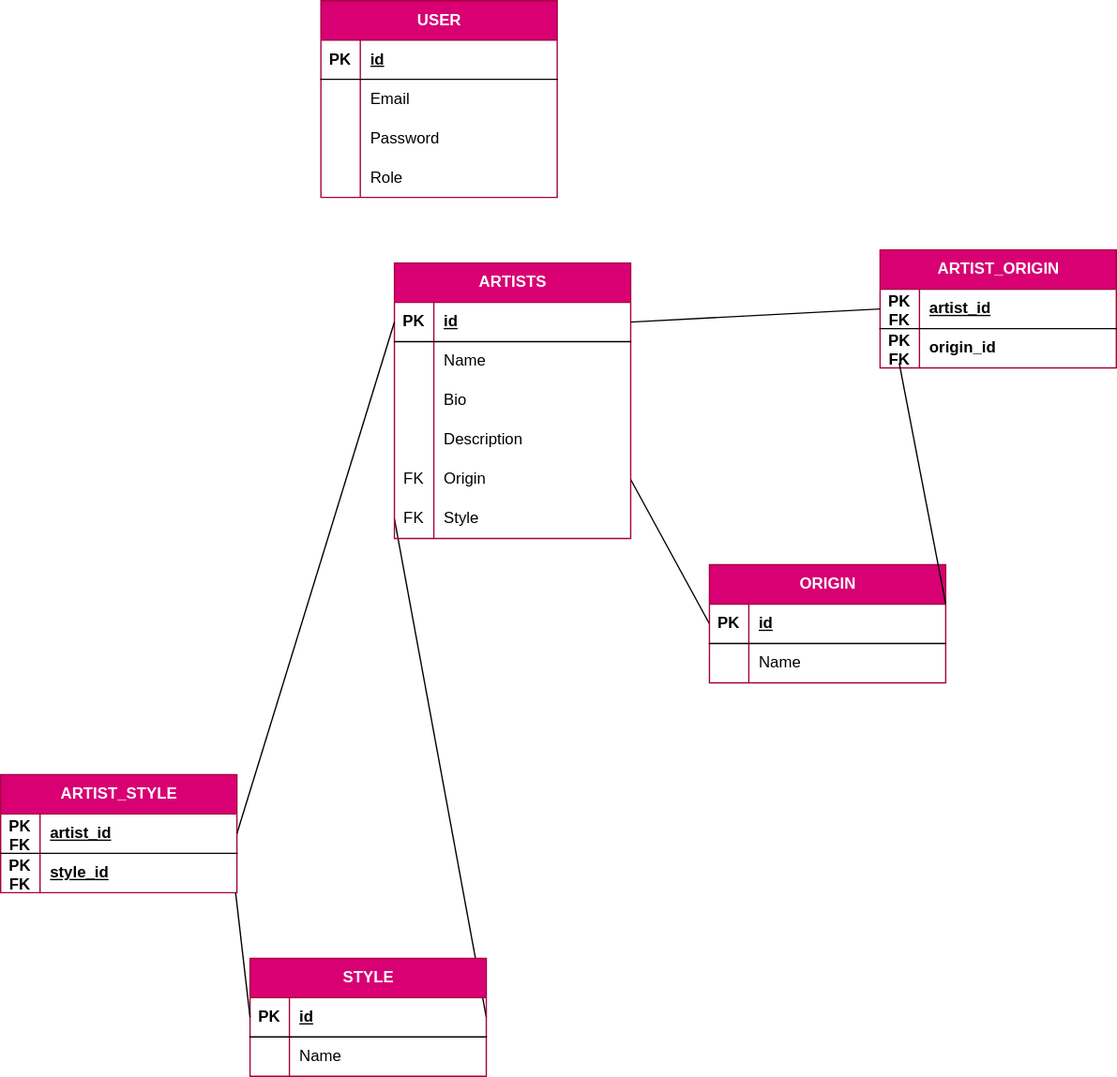
Before: code/merise /MLD.drawio.svg, a diagram exported from draw.io (Domitch/souk-sonore-festival). Source tidied: cells renumbered, new cells last; positions are measured from the earlier drawing's top-left corner, leaving out a move shared by most shapes.
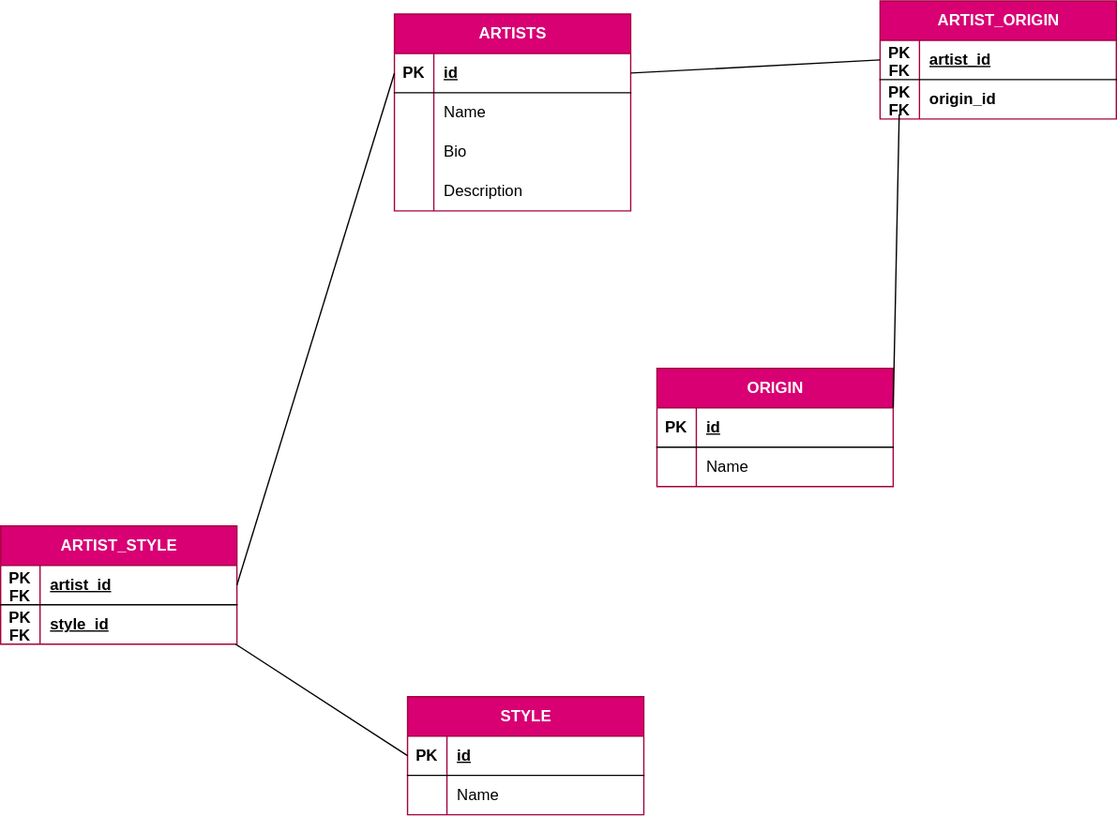
Later version of the same file.

Diff of the diagram source:
```diff
@@ -2,53 +2,8 @@
   <root>
     <mxCell id="0" />
     <mxCell id="1" parent="0" />
-    <mxCell id="2" style="endArrow=none;html=1;rounded=0;entryX=0;entryY=0.5;entryDx=0;entryDy=0;exitX=1;exitY=0.5;exitDx=0;exitDy=0;" parent="1" edge="1" source="37" target="33">
-      <mxGeometry relative="1" as="geometry" />
-    </mxCell>
-    <mxCell id="3" style="endArrow=none;html=1;rounded=0;exitX=0;exitY=0.5;exitDx=0;exitDy=0;entryX=1;entryY=0.5;entryDx=0;entryDy=0;" parent="1" edge="1" source="44" target="30">
-      <mxGeometry relative="1" as="geometry" />
-    </mxCell>
-    <mxCell id="4" value="USER" style="shape=table;startSize=30;rowLines=0;fontStyle=1;align=center;html=1;fillColor=#d80073;strokeColor=#A50040;fontColor=#ffffff;" parent="1" vertex="1">
-      <mxGeometry x="244" width="180" height="150" as="geometry" />
-    </mxCell>
-    <mxCell id="5" style="shape=tableRow;horizontal=0;startSize=0;swimlaneHead=0;swimlaneBody=0;fillColor=none;top=0;left=0;right=0;bottom=1;" parent="4" vertex="1">
-      <mxGeometry y="30" width="180" height="30" as="geometry" />
-    </mxCell>
-    <mxCell id="6" value="PK" style="shape=partialRectangle;fillColor=none;top=0;left=0;bottom=0;right=0;fontStyle=1;overflow=hidden;whiteSpace=wrap;html=1;" parent="5" vertex="1">
-      <mxGeometry width="30" height="30" as="geometry" />
-    </mxCell>
-    <mxCell id="7" value="id" style="shape=partialRectangle;fillColor=none;top=0;left=0;bottom=0;right=0;align=left;spacingLeft=6;fontStyle=5;overflow=hidden;whiteSpace=wrap;html=1;" parent="5" vertex="1">
-      <mxGeometry x="30" width="150" height="30" as="geometry" />
-    </mxCell>
-    <mxCell id="8" style="shape=tableRow;horizontal=0;startSize=0;swimlaneHead=0;swimlaneBody=0;fillColor=none;top=0;left=0;right=0;bottom=0;" parent="4" vertex="1">
-      <mxGeometry y="60" width="180" height="30" as="geometry" />
-    </mxCell>
-    <mxCell id="9" style="shape=partialRectangle;fillColor=none;top=0;left=0;bottom=0;right=0;overflow=hidden;whiteSpace=wrap;html=1;" parent="8" vertex="1">
-      <mxGeometry width="30" height="30" as="geometry" />
-    </mxCell>
-    <mxCell id="10" value="Email" style="shape=partialRectangle;fillColor=none;top=0;left=0;bottom=0;right=0;align=left;spacingLeft=6;overflow=hidden;whiteSpace=wrap;html=1;" parent="8" vertex="1">
-      <mxGeometry x="30" width="150" height="30" as="geometry" />
-    </mxCell>
-    <mxCell id="11" style="shape=tableRow;horizontal=0;startSize=0;swimlaneHead=0;swimlaneBody=0;fillColor=none;top=0;left=0;right=0;bottom=0;" parent="4" vertex="1">
-      <mxGeometry y="90" width="180" height="30" as="geometry" />
-    </mxCell>
-    <mxCell id="12" style="shape=partialRectangle;fillColor=none;top=0;left=0;bottom=0;right=0;overflow=hidden;whiteSpace=wrap;html=1;" parent="11" vertex="1">
-      <mxGeometry width="30" height="30" as="geometry" />
-    </mxCell>
-    <mxCell id="13" value="Password" style="shape=partialRectangle;fillColor=none;top=0;left=0;bottom=0;right=0;align=left;spacingLeft=6;overflow=hidden;whiteSpace=wrap;html=1;" parent="11" vertex="1">
-      <mxGeometry x="30" width="150" height="30" as="geometry" />
-    </mxCell>
-    <mxCell id="14" style="shape=tableRow;horizontal=0;startSize=0;swimlaneHead=0;swimlaneBody=0;fillColor=none;top=0;left=0;right=0;bottom=0;" parent="4" vertex="1">
-      <mxGeometry y="120" width="180" height="30" as="geometry" />
-    </mxCell>
-    <mxCell id="15" style="shape=partialRectangle;fillColor=none;top=0;left=0;bottom=0;right=0;overflow=hidden;whiteSpace=wrap;html=1;" parent="14" vertex="1">
-      <mxGeometry width="30" height="30" as="geometry" />
-    </mxCell>
-    <mxCell id="16" value="Role" style="shape=partialRectangle;fillColor=none;top=0;left=0;bottom=0;right=0;align=left;spacingLeft=6;overflow=hidden;whiteSpace=wrap;html=1;" parent="14" vertex="1">
-      <mxGeometry x="30" width="150" height="30" as="geometry" />
-    </mxCell>
     <mxCell id="17" value="ARTISTS" style="shape=table;startSize=30;rowLines=0;fontStyle=1;align=center;html=1;fillColor=#d80073;strokeColor=#A50040;fontColor=#ffffff;" parent="1" vertex="1">
-      <mxGeometry x="300" y="200" width="180" height="210" as="geometry" />
+      <mxGeometry x="300" y="200" width="180" height="150" as="geometry" />
     </mxCell>
     <mxCell id="18" style="shape=tableRow;horizontal=0;startSize=0;swimlaneHead=0;swimlaneBody=0;fillColor=none;points=[[0,0.5],[1,0.5]];portConstraint=eastwest;top=0;left=0;right=0;bottom=1;" parent="17" vertex="1">
       <mxGeometry y="30" width="180" height="30" as="geometry" />
@@ -86,26 +41,8 @@
     <mxCell id="29" value="Description" style="shape=partialRectangle;fillColor=none;top=0;left=0;bottom=0;right=0;align=left;spacingLeft=6;overflow=hidden;whiteSpace=wrap;html=1;" parent="27" vertex="1">
       <mxGeometry x="30" width="150" height="30" as="geometry" />
     </mxCell>
-    <mxCell id="30" style="shape=tableRow;horizontal=0;startSize=0;swimlaneHead=0;swimlaneBody=0;fillColor=none;points=[[0,0.5],[1,0.5]];portConstraint=eastwest;top=0;left=0;right=0;bottom=0;" parent="17" vertex="1">
-      <mxGeometry y="150" width="180" height="30" as="geometry" />
-    </mxCell>
-    <mxCell id="31" value="FK" style="shape=partialRectangle;fillColor=none;top=0;left=0;bottom=0;right=0;overflow=hidden;whiteSpace=wrap;html=1;" parent="30" vertex="1">
-      <mxGeometry width="30" height="30" as="geometry" />
-    </mxCell>
-    <mxCell id="32" value="Origin" style="shape=partialRectangle;fillColor=none;top=0;left=0;bottom=0;right=0;align=left;spacingLeft=6;overflow=hidden;whiteSpace=wrap;html=1;" parent="30" vertex="1">
-      <mxGeometry x="30" width="150" height="30" as="geometry" />
-    </mxCell>
-    <mxCell id="33" style="shape=tableRow;horizontal=0;startSize=0;swimlaneHead=0;swimlaneBody=0;fillColor=none;points=[[0,0.5],[1,0.5]];portConstraint=eastwest;top=0;left=0;right=0;bottom=0;" parent="17" vertex="1">
-      <mxGeometry y="180" width="180" height="30" as="geometry" />
-    </mxCell>
-    <mxCell id="34" value="FK" style="shape=partialRectangle;fillColor=none;top=0;left=0;bottom=0;right=0;overflow=hidden;whiteSpace=wrap;html=1;" parent="33" vertex="1">
-      <mxGeometry width="30" height="30" as="geometry" />
-    </mxCell>
-    <mxCell id="35" value="Style" style="shape=partialRectangle;fillColor=none;top=0;left=0;bottom=0;right=0;align=left;spacingLeft=6;overflow=hidden;whiteSpace=wrap;html=1;" parent="33" vertex="1">
-      <mxGeometry x="30" width="150" height="30" as="geometry" />
-    </mxCell>
     <mxCell id="36" value="STYLE" style="shape=table;startSize=30;rowLines=0;fontStyle=1;align=center;html=1;fillColor=#d80073;strokeColor=#A50040;fontColor=#ffffff;" parent="1" vertex="1">
-      <mxGeometry x="190" y="730" width="180" height="90" as="geometry" />
+      <mxGeometry x="310" y="720" width="180" height="90" as="geometry" />
     </mxCell>
     <mxCell id="37" style="shape=tableRow;horizontal=0;startSize=0;swimlaneHead=0;swimlaneBody=0;fillColor=none;points=[[0,0.5],[1,0.5]];portConstraint=eastwest;top=0;left=0;right=0;bottom=1;" parent="36" vertex="1">
       <mxGeometry y="30" width="180" height="30" as="geometry" />
@@ -126,7 +63,7 @@
       <mxGeometry x="30" width="150" height="30" as="geometry" />
     </mxCell>
     <mxCell id="43" value="ORIGIN" style="shape=table;startSize=30;rowLines=0;fontStyle=1;align=center;html=1;fillColor=#d80073;strokeColor=#A50040;fontColor=#ffffff;" parent="1" vertex="1">
-      <mxGeometry x="540" y="430" width="180" height="90" as="geometry" />
+      <mxGeometry x="500" y="470" width="180" height="90" as="geometry" />
     </mxCell>
     <mxCell id="44" style="shape=tableRow;horizontal=0;startSize=0;swimlaneHead=0;swimlaneBody=0;fillColor=none;points=[[0,0.5],[1,0.5]];portConstraint=eastwest;top=0;left=0;right=0;bottom=1;" parent="43" vertex="1">
       <mxGeometry y="30" width="180" height="30" as="geometry" />
```
